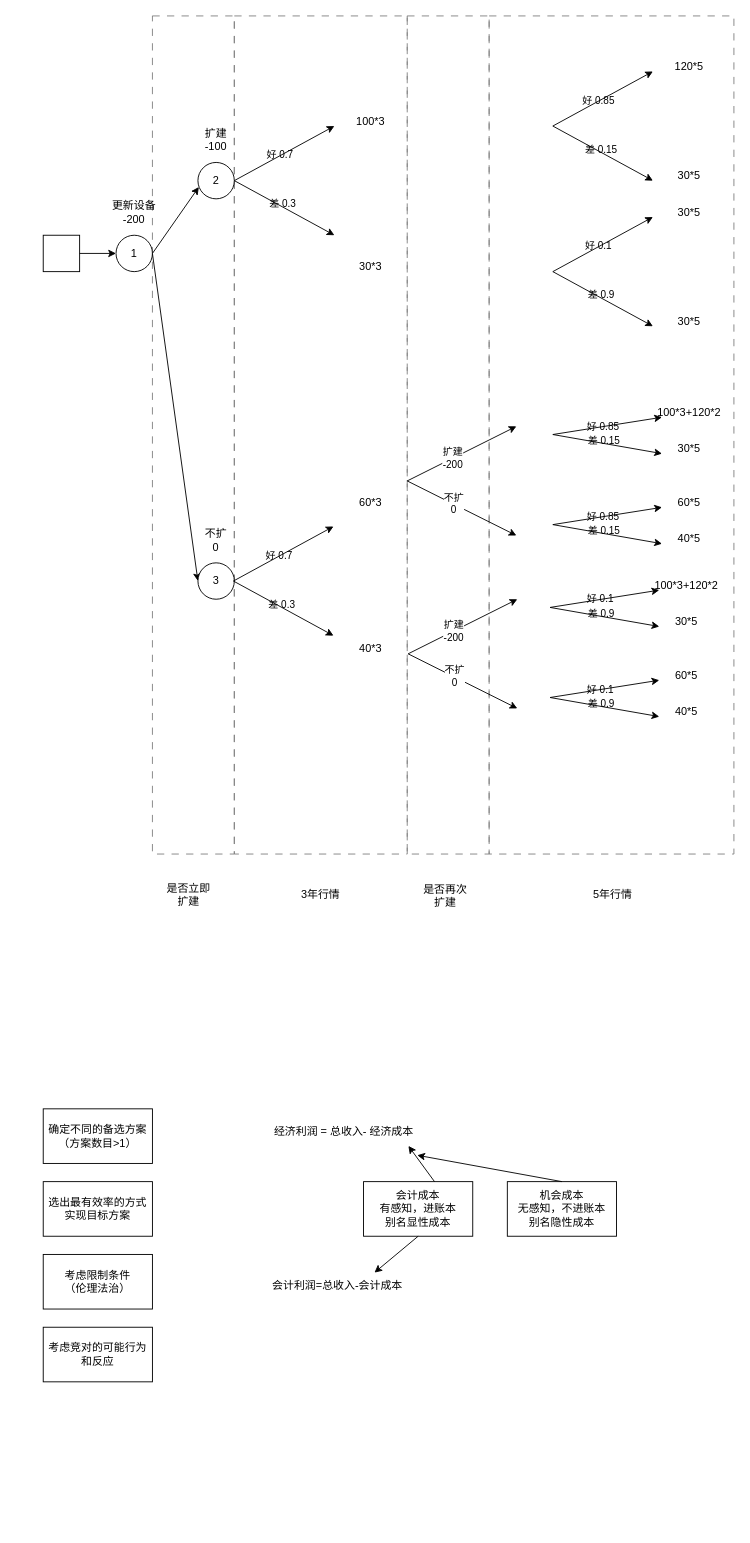
Before: js/strategyrTree.drawio in feiaaa/a-python-proj-crawler, a draw.io diagram. Source tidied: cells renumbered, new cells numbered last; positions are measured from the earlier drawing's top-left corner, leaving out a move shared by most shapes. Both pictures are drawn from the tidied source at 91%, with x=0, y=0 at pixel (43, 15).
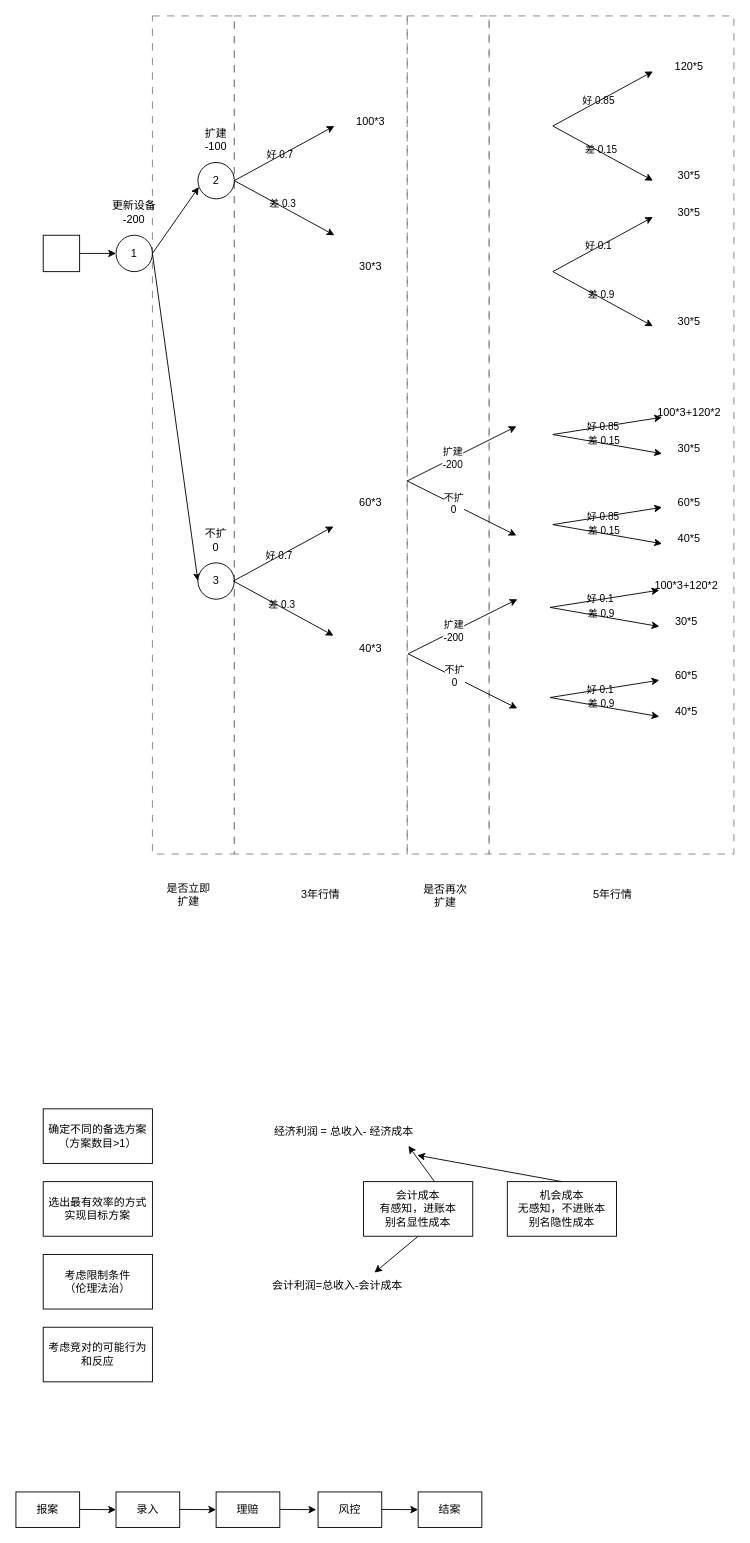
The same page after the edit.

Diff of the diagram source:
```diff
@@
+    <mxCell id="90" value="报案" style="rounded=0;whiteSpace=wrap;html=1;" parent="1" vertex="1">
+      <mxGeometry x="-30" y="1622" width="70" height="39" as="geometry" />
+    </mxCell>
+    <mxCell id="91" style="endArrow=classic;html=1;rounded=0;" parent="1" edge="1">
+      <mxGeometry relative="1" as="geometry">
+        <mxPoint x="40" y="1641.2" as="sourcePoint" />
+        <mxPoint x="80" y="1641.5" as="targetPoint" />
+      </mxGeometry>
+    </mxCell>
+    <mxCell id="92" value="录入" style="rounded=0;whiteSpace=wrap;html=1;" parent="1" vertex="1">
+      <mxGeometry x="80" y="1622" width="70" height="39" as="geometry" />
+    </mxCell>
+    <mxCell id="93" style="endArrow=classic;html=1;rounded=0;" parent="1" edge="1">
+      <mxGeometry relative="1" as="geometry">
+        <mxPoint x="150" y="1641.2" as="sourcePoint" />
+        <mxPoint x="190" y="1641.5" as="targetPoint" />
+      </mxGeometry>
+    </mxCell>
+    <mxCell id="94" value="理赔" style="rounded=0;whiteSpace=wrap;html=1;" parent="1" vertex="1">
+      <mxGeometry x="190" y="1622" width="70" height="39" as="geometry" />
+    </mxCell>
+    <mxCell id="95" style="endArrow=classic;html=1;rounded=0;" parent="1" edge="1">
+      <mxGeometry relative="1" as="geometry">
+        <mxPoint x="260" y="1641.2" as="sourcePoint" />
+        <mxPoint x="300" y="1641.5" as="targetPoint" />
+      </mxGeometry>
+    </mxCell>
+    <mxCell id="96" value="风控" style="rounded=0;whiteSpace=wrap;html=1;" parent="1" vertex="1">
+      <mxGeometry x="302" y="1622" width="70" height="39" as="geometry" />
+    </mxCell>
+    <mxCell id="97" style="endArrow=classic;html=1;rounded=0;" parent="1" edge="1">
+      <mxGeometry relative="1" as="geometry">
+        <mxPoint x="372" y="1641.2" as="sourcePoint" />
+        <mxPoint x="412" y="1641.5" as="targetPoint" />
+      </mxGeometry>
+    </mxCell>
+    <mxCell id="98" value="结案" style="rounded=0;whiteSpace=wrap;html=1;" parent="1" vertex="1">
+      <mxGeometry x="412" y="1622" width="70" height="39" as="geometry" />
+    </mxCell>
```
